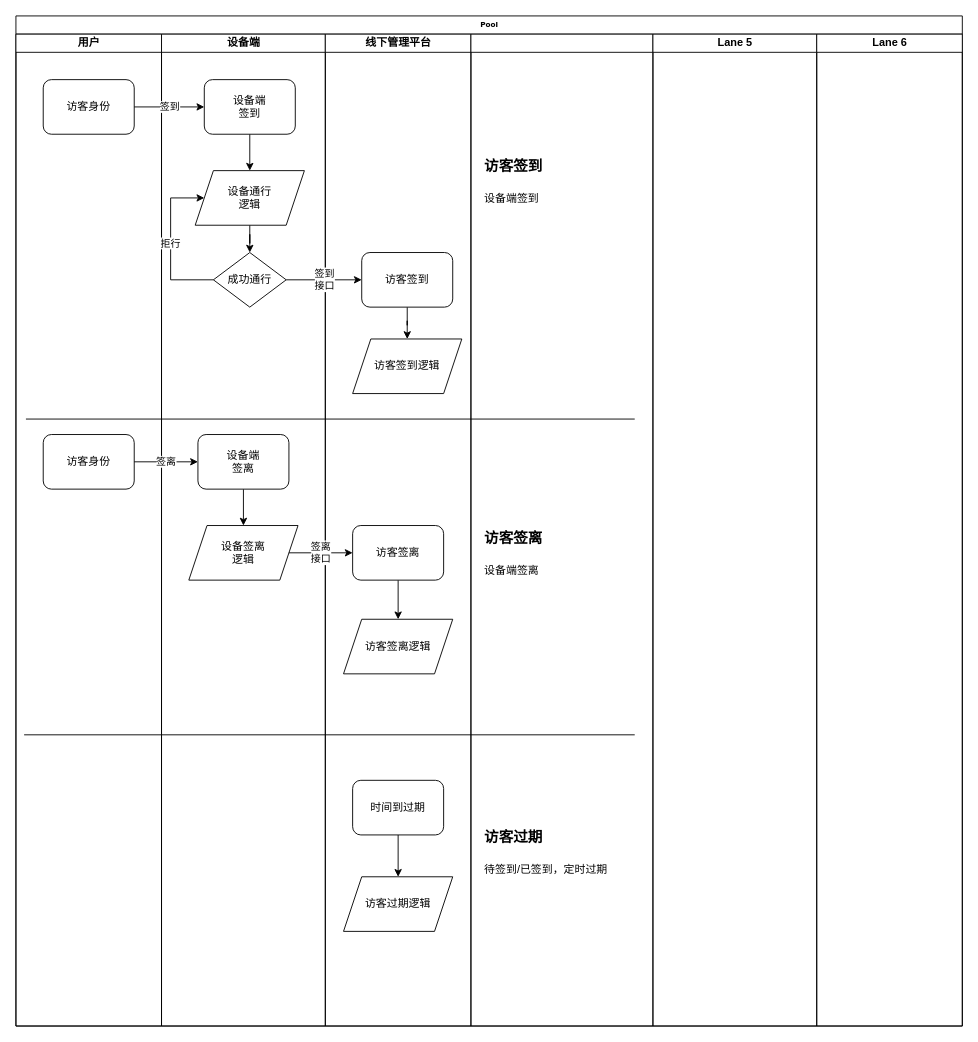
The draw.io diagram page "线下访客签到签离-整体流程" (5 of 10) of 访客迭代3.7.1-平台和小程序和设备交互流程.drawio in chwnjianhui/draw.io, before the edit. Source tidied: cells renumbered, new cells numbered last; positions are measured from the earlier drawing's top-left corner, leaving out a move shared by most shapes. Both pictures are drawn from the tidied source at 91%, with x=0, y=0 at pixel (15, 15).
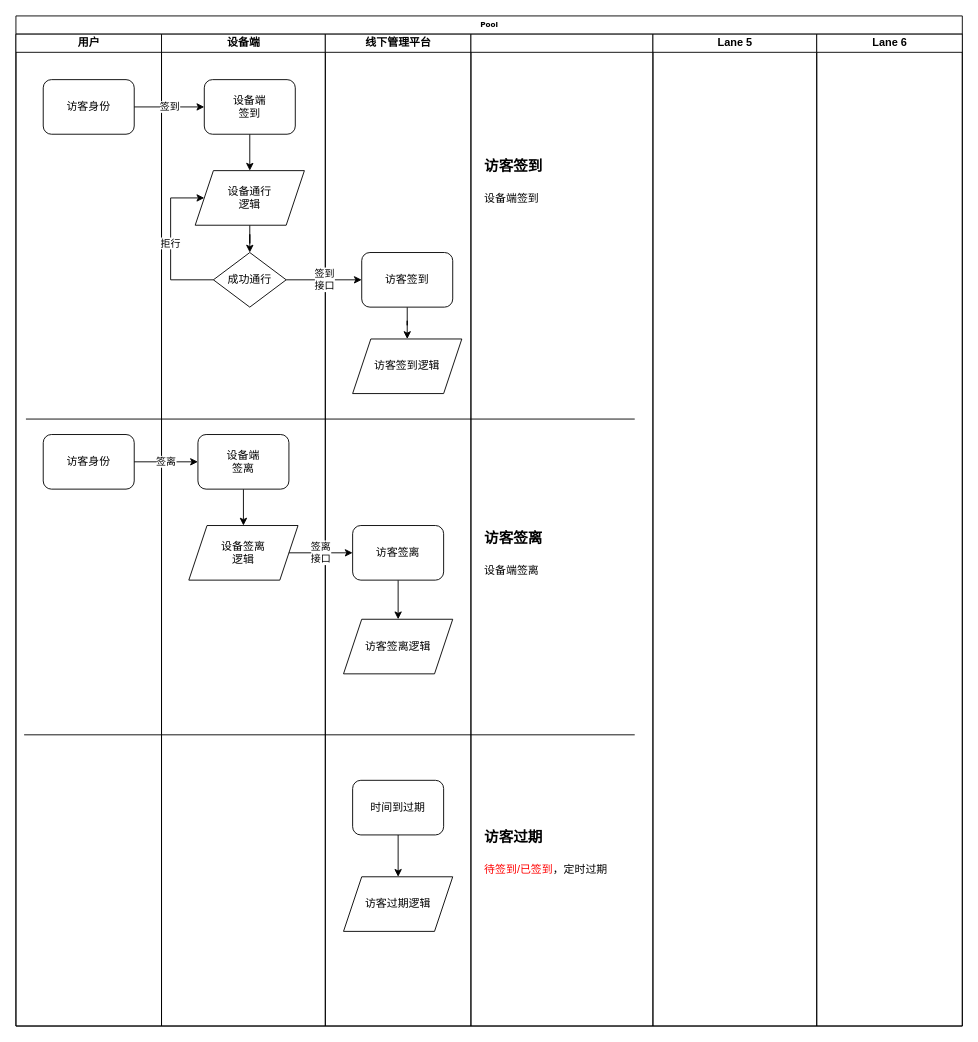
Above is the later version.

The change refers to these unchanged cells:
```xml
<mxCell id="27" style="swimlane;html=1;startSize=20;" parent="2" vertex="1">
  <mxGeometry x="500" y="20" width="200" height="1090" as="geometry" />
</mxCell>
```

What changed in the source:
```diff
@@
-    <mxCell id="30" value="&lt;h1&gt;&lt;font style=&quot;font-size: 16px;&quot;&gt;访客过期&lt;/font&gt;&lt;/h1&gt;&lt;p&gt;待签到/已签到，定时过期&lt;/p&gt;" style="text;html=1;strokeColor=none;fillColor=none;spacing=5;spacingTop=-20;whiteSpace=wrap;overflow=hidden;rounded=0;" parent="27" vertex="1">
+    <mxCell id="30" value="&lt;h1&gt;&lt;font style=&quot;font-size: 16px;&quot;&gt;访客过期&lt;/font&gt;&lt;/h1&gt;&lt;p&gt;&lt;font color=&quot;#ff0000&quot;&gt;待签到/已签到&lt;/font&gt;，定时过期&lt;/p&gt;" style="text;html=1;strokeColor=none;fillColor=none;spacing=5;spacingTop=-20;whiteSpace=wrap;overflow=hidden;rounded=0;" parent="27" vertex="1">
       <mxGeometry x="10" y="860" width="190" height="77" as="geometry" />
     </mxCell>
```
